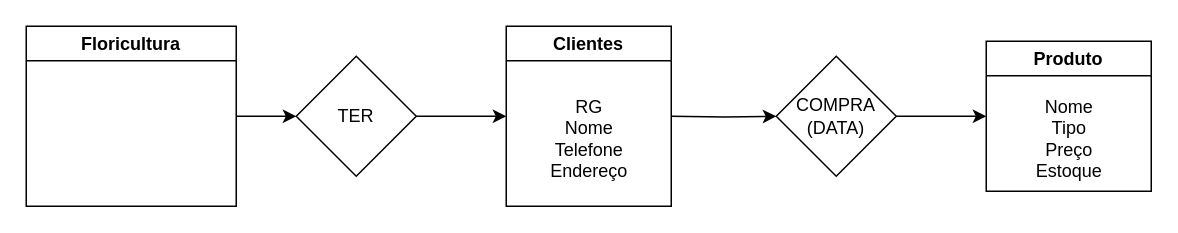
The draw.io diagram Floricultura.drawio in Valter09/Banco-de-Dados, before the edit. Source tidied: cells renumbered, new cells numbered last; positions are measured from the earlier drawing's top-left corner, leaving out a move shared by most shapes. Both pictures are drawn from the tidied source at 150%, with x=0, y=0 at pixel (26, 26).
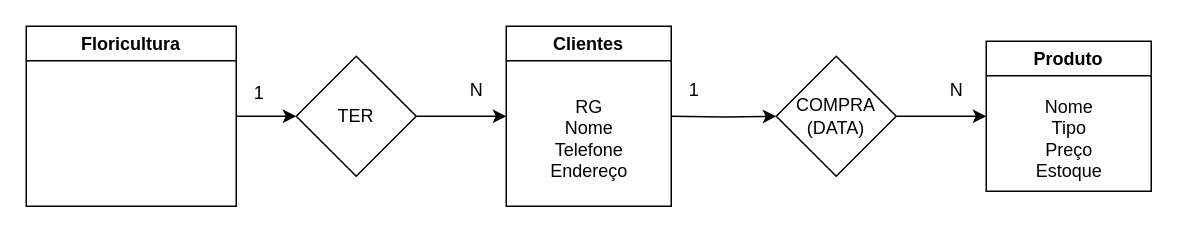
The same diagram, later.

Diff of the diagram source:
```diff
@@
 <mxGraphModel>
   <root>
     <mxCell id="0" />
     <mxCell id="1" parent="0" />
     <mxCell id="2" style="edgeStyle=orthogonalEdgeStyle;rounded=0;jettySize=auto;html=1;" parent="1" edge="1" source="3" target="5">
       <mxGeometry relative="1" as="geometry" />
     </mxCell>
     <mxCell id="3" value="Floricultura" style="swimlane;whiteSpace=wrap;html=1;" parent="1" vertex="1">
       <mxGeometry width="140" height="120" as="geometry" />
     </mxCell>
     <mxCell id="4" style="edgeStyle=orthogonalEdgeStyle;rounded=0;jettySize=auto;html=1;" parent="1" edge="1" source="5" target="6">
       <mxGeometry relative="1" as="geometry" />
     </mxCell>
     <mxCell id="5" value="TER" style="rhombus;whiteSpace=wrap;html=1;" parent="1" vertex="1">
       <mxGeometry x="180" y="20" width="80" height="80" as="geometry" />
     </mxCell>
     <mxCell id="6" value="Clientes" style="swimlane;whiteSpace=wrap;html=1;" parent="1" vertex="1">
       <mxGeometry x="320" width="110" height="120" as="geometry" />
     </mxCell>
     <mxCell id="7" value="&lt;div&gt;RG&lt;/div&gt;&lt;div&gt;Nome&lt;/div&gt;&lt;div&gt;Telefone&lt;/div&gt;&lt;div&gt;Endereço&lt;br&gt;&lt;/div&gt;" style="text;html=1;align=center;verticalAlign=middle;strokeColor=none;fillColor=none;" parent="6" vertex="1">
       <mxGeometry x="20" y="40" width="70" height="70" as="geometry" />
     </mxCell>
     <mxCell id="8" style="edgeStyle=orthogonalEdgeStyle;rounded=0;jettySize=auto;html=1;entryX=0;entryY=0.5;entryDx=0;entryDy=0;" parent="1" edge="1" target="10">
       <mxGeometry relative="1" as="geometry">
         <mxPoint x="430" y="60" as="sourcePoint" />
       </mxGeometry>
     </mxCell>
     <mxCell id="9" style="edgeStyle=orthogonalEdgeStyle;rounded=0;jettySize=auto;html=1;" parent="1" edge="1" source="10">
       <mxGeometry relative="1" as="geometry">
         <mxPoint x="640" y="60" as="targetPoint" />
       </mxGeometry>
     </mxCell>
     <mxCell id="10" value="&lt;div&gt;COMPRA&lt;/div&gt;(DATA)" style="rhombus;whiteSpace=wrap;html=1;" parent="1" vertex="1">
       <mxGeometry x="500" y="20" width="80" height="80" as="geometry" />
     </mxCell>
     <mxCell id="11" value="Produto" style="swimlane;whiteSpace=wrap;html=1;" parent="1" vertex="1">
       <mxGeometry x="640" y="10" width="110" height="100" as="geometry" />
     </mxCell>
     <mxCell id="12" value="&lt;div&gt;Nome&lt;/div&gt;&lt;div&gt;Tipo&lt;/div&gt;&lt;div&gt;Preço&lt;/div&gt;&lt;div&gt;Estoque&lt;br&gt;&lt;/div&gt;" style="text;html=1;align=center;verticalAlign=middle;strokeColor=none;fillColor=none;" parent="11" vertex="1">
       <mxGeometry x="20" y="30" width="70" height="70" as="geometry" />
     </mxCell>
+    <mxCell id="13" value="1" style="text;html=1;align=center;verticalAlign=middle;strokeColor=none;fillColor=none;" parent="1" vertex="1">
+      <mxGeometry x="140" y="30" width="30" height="30" as="geometry" />
+    </mxCell>
+    <mxCell id="14" value="N" style="text;html=1;align=center;verticalAlign=middle;strokeColor=none;fillColor=none;" parent="1" vertex="1">
+      <mxGeometry x="285" y="28" width="30" height="30" as="geometry" />
+    </mxCell>
+    <mxCell id="15" value="1" style="text;html=1;align=center;verticalAlign=middle;strokeColor=none;fillColor=none;" parent="1" vertex="1">
+      <mxGeometry x="430" y="28" width="30" height="30" as="geometry" />
+    </mxCell>
+    <mxCell id="16" value="N" style="text;html=1;align=center;verticalAlign=middle;strokeColor=none;fillColor=none;" parent="1" vertex="1">
+      <mxGeometry x="605" y="28" width="30" height="30" as="geometry" />
+    </mxCell>
   </root>
 </mxGraphModel>
```
